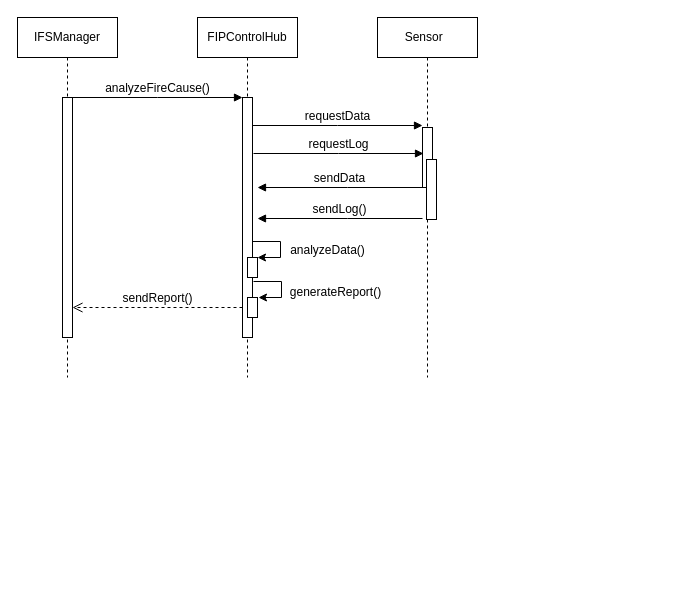
demosRun/INFO6030 keeps this draw.io diagram as ass2/未命名绘图.drawio. Above is the earlier version. Source tidied: cells renumbered, new cells numbered last; positions are measured from the earlier drawing's top-left corner, leaving out a move shared by most shapes. Both pictures are drawn from the tidied source at 100%, with x=0, y=0 at pixel (17, 17).
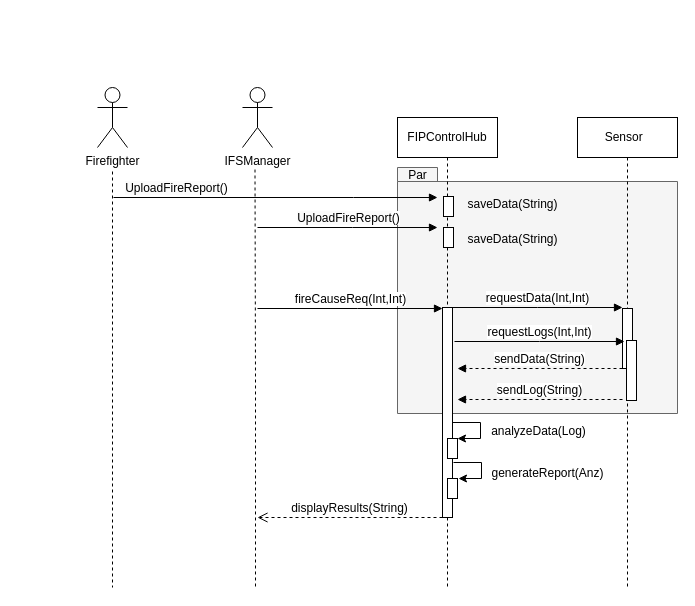
The same diagram, later.

Commit message:
未命名绘图.drawio

The edit, as a diff of the source:
```diff
@@
-    <mxCell id="2" value="IFSManager" style="shape=umlLifeline;perimeter=lifelinePerimeter;whiteSpace=wrap;html=1;newEdgeStyle={&quot;edgeStyle&quot;:&quot;elbowEdgeStyle&quot;,&quot;elbow&quot;:&quot;vertical&quot;,&quot;curved&quot;:0,&quot;rounded&quot;:0};" parent="1" vertex="1">
-      <mxGeometry width="100" height="360" as="geometry" />
-    </mxCell>
-    <mxCell id="3" style="html=1;points=[];perimeter=orthogonalPerimeter;outlineConnect=0;targetShapes=umlLifeline;portConstraint=eastwest;newEdgeStyle={&quot;edgeStyle&quot;:&quot;elbowEdgeStyle&quot;,&quot;elbow&quot;:&quot;vertical&quot;,&quot;curved&quot;:0,&quot;rounded&quot;:0};" parent="2" vertex="1">
-      <mxGeometry x="45" y="80" width="10" height="240" as="geometry" />
-    </mxCell>
+    <mxCell id="21" style="shape=folder;fontStyle=1;spacingTop=10;tabWidth=40;tabHeight=14;tabPosition=left;html=1;whiteSpace=wrap;fillColor=#f5f5f5;strokeColor=#666666;fontColor=#333333;" parent="1" vertex="1">
+      <mxGeometry x="380" y="150" width="280" height="246" as="geometry" />
+    </mxCell>
     <mxCell id="4" value="FIPControlHub " style="shape=umlLifeline;perimeter=lifelinePerimeter;whiteSpace=wrap;html=1;newEdgeStyle={&quot;edgeStyle&quot;:&quot;elbowEdgeStyle&quot;,&quot;elbow&quot;:&quot;vertical&quot;,&quot;curved&quot;:0,&quot;rounded&quot;:0};" parent="1" vertex="1">
-      <mxGeometry x="180" width="100" height="360" as="geometry" />
+      <mxGeometry x="380" y="100" width="100" height="470" as="geometry" />
     </mxCell>
     <mxCell id="5" style="edgeStyle=orthogonalEdgeStyle;rounded=0;jettySize=auto;html=1;elbow=vertical;" parent="4" edge="1" target="7">
       <mxGeometry relative="1" as="geometry">
-        <mxPoint x="55" y="224" as="sourcePoint" />
+        <mxPoint x="55" y="305" as="sourcePoint" />
         <Array as="points">
-          <mxPoint x="83" y="224" />
-          <mxPoint x="83" y="240" />
+          <mxPoint x="83" y="305" />
+          <mxPoint x="83" y="321" />
         </Array>
       </mxGeometry>
     </mxCell>
     <mxCell id="6" style="html=1;points=[];perimeter=orthogonalPerimeter;outlineConnect=0;targetShapes=umlLifeline;portConstraint=eastwest;newEdgeStyle={&quot;edgeStyle&quot;:&quot;elbowEdgeStyle&quot;,&quot;elbow&quot;:&quot;vertical&quot;,&quot;curved&quot;:0,&quot;rounded&quot;:0};" parent="4" vertex="1">
-      <mxGeometry x="45" y="80" width="10" height="240" as="geometry" />
+      <mxGeometry x="45" y="190" width="10" height="210" as="geometry" />
     </mxCell>
     <mxCell id="7" style="html=1;points=[];perimeter=orthogonalPerimeter;outlineConnect=0;targetShapes=umlLifeline;portConstraint=eastwest;newEdgeStyle={&quot;edgeStyle&quot;:&quot;elbowEdgeStyle&quot;,&quot;elbow&quot;:&quot;vertical&quot;,&quot;curved&quot;:0,&quot;rounded&quot;:0};" parent="4" vertex="1">
-      <mxGeometry x="50" y="240" width="10" height="20" as="geometry" />
+      <mxGeometry x="50" y="321" width="10" height="20" as="geometry" />
     </mxCell>
     <mxCell id="8" style="html=1;perimeter=orthogonalPerimeter;targetShapes=umlLifeline;newEdgeStyle={&quot;edgeStyle&quot;:&quot;elbowEdgeStyle&quot;,&quot;elbow&quot;:&quot;vertical&quot;,&quot;curved&quot;:0,&quot;rounded&quot;:0};" parent="4" vertex="1">
-      <mxGeometry x="50" y="280" width="10" height="20" as="geometry" />
+      <mxGeometry x="50" y="361" width="10" height="20" as="geometry" />
     </mxCell>
+    <mxCell id="22" style="html=1;perimeter=orthogonalPerimeter;targetShapes=umlLifeline;newEdgeStyle={&quot;edgeStyle&quot;:&quot;elbowEdgeStyle&quot;,&quot;elbow&quot;:&quot;vertical&quot;,&quot;curved&quot;:0,&quot;rounded&quot;:0};" parent="4" vertex="1">
+      <mxGeometry x="46" y="79" width="10" height="20" as="geometry" />
+    </mxCell>
+    <mxCell id="23" style="html=1;perimeter=orthogonalPerimeter;targetShapes=umlLifeline;newEdgeStyle={&quot;edgeStyle&quot;:&quot;elbowEdgeStyle&quot;,&quot;elbow&quot;:&quot;vertical&quot;,&quot;curved&quot;:0,&quot;rounded&quot;:0};" parent="4" vertex="1">
+      <mxGeometry x="46" y="110" width="10" height="20" as="geometry" />
+    </mxCell>
-    <mxCell id="9" value="&lt;font style=&quot;font-size: 12px;&quot;&gt;analyzeFireCause()&lt;/font&gt;" style="html=1;verticalAlign=bottom;endArrow=block;edgeStyle=elbowEdgeStyle;elbow=vertical;curved=0;rounded=0;" parent="1" edge="1" source="3" target="6">
+    <mxCell id="9" value="&lt;font style=&quot;font-size: 12px;&quot;&gt;fireCauseReq(Int,Int)&lt;/font&gt;" style="html=1;verticalAlign=bottom;endArrow=block;edgeStyle=elbowEdgeStyle;elbow=vertical;curved=0;rounded=0;" parent="1" edge="1">
       <mxGeometry relative="1" as="geometry">
+        <mxPoint x="240" y="291" as="sourcePoint" />
+        <mxPoint x="425" y="291" as="targetPoint" />
         <Array as="points">
-          <mxPoint x="140" y="80" />
+          <mxPoint x="340" y="291" />
         </Array>
       </mxGeometry>
     </mxCell>
-    <mxCell id="10" value="&lt;font style=&quot;font-size: 12px;&quot;&gt;sendReport()&lt;/font&gt;" style="html=1;verticalAlign=bottom;endArrow=open;dashed=1;endSize=8;edgeStyle=elbowEdgeStyle;elbow=horizontal;curved=0;rounded=0;" parent="1" edge="1">
+    <mxCell id="10" value="&lt;font style=&quot;font-size: 12px;&quot;&gt;displayResults(String)&lt;/font&gt;" style="html=1;verticalAlign=bottom;endArrow=open;dashed=1;endSize=8;edgeStyle=elbowEdgeStyle;elbow=vertical;curved=0;rounded=0;" parent="1" edge="1">
       <mxGeometry relative="1" as="geometry">
-        <mxPoint x="225" y="290" as="sourcePoint" />
-        <mxPoint x="55" y="290" as="targetPoint" />
+        <mxPoint x="425" y="500" as="sourcePoint" />
+        <mxPoint x="240" y="500" as="targetPoint" />
         <Array as="points">
-          <mxPoint x="150" y="290" />
+          <mxPoint x="350" y="500" />
         </Array>
       </mxGeometry>
     </mxCell>
     <mxCell id="11" value="Sensor&amp;nbsp;&amp;nbsp;" style="shape=umlLifeline;perimeter=lifelinePerimeter;whiteSpace=wrap;html=1;newEdgeStyle={&quot;edgeStyle&quot;:&quot;elbowEdgeStyle&quot;,&quot;elbow&quot;:&quot;vertical&quot;,&quot;curved&quot;:0,&quot;rounded&quot;:0};" parent="1" vertex="1">
-      <mxGeometry x="360" width="100" height="360" as="geometry" />
+      <mxGeometry x="560" y="100" width="100" height="470" as="geometry" />
     </mxCell>
     <mxCell id="12" style="html=1;perimeter=orthogonalPerimeter;targetShapes=umlLifeline;newEdgeStyle={&quot;edgeStyle&quot;:&quot;elbowEdgeStyle&quot;,&quot;elbow&quot;:&quot;vertical&quot;,&quot;curved&quot;:0,&quot;rounded&quot;:0};" parent="11" vertex="1">
-      <mxGeometry x="45" y="110" width="10" height="60" as="geometry" />
+      <mxGeometry x="45" y="191" width="10" height="60" as="geometry" />
     </mxCell>
     <mxCell id="13" style="html=1;perimeter=orthogonalPerimeter;targetShapes=umlLifeline;newEdgeStyle={&quot;edgeStyle&quot;:&quot;elbowEdgeStyle&quot;,&quot;elbow&quot;:&quot;vertical&quot;,&quot;curved&quot;:0,&quot;rounded&quot;:0};" parent="11" vertex="1">
-      <mxGeometry x="49" y="142" width="10" height="60" as="geometry" />
+      <mxGeometry x="49" y="223" width="10" height="60" as="geometry" />
     </mxCell>
-    <mxCell id="14" value="&lt;font style=&quot;font-size: 12px;&quot;&gt;sendData&lt;/font&gt;" style="html=1;verticalAlign=bottom;endArrow=block;edgeStyle=elbowEdgeStyle;elbow=vertical;curved=0;rounded=0;" parent="1" edge="1">
+    <mxCell id="14" value="&lt;font style=&quot;font-size: 12px;&quot;&gt;sendData(String)&lt;/font&gt;" style="html=1;verticalAlign=bottom;endArrow=block;edgeStyle=elbowEdgeStyle;elbow=horizontal;curved=0;rounded=0;dashed=1;" parent="1" edge="1">
       <mxGeometry relative="1" as="geometry">
-        <mxPoint x="405" y="170" as="sourcePoint" />
-        <mxPoint x="240" y="170" as="targetPoint" />
+        <mxPoint x="605" y="351" as="sourcePoint" />
+        <mxPoint x="440" y="351" as="targetPoint" />
         <Array as="points">
-          <mxPoint x="330" y="170" />
+          <mxPoint x="530" y="351" />
         </Array>
       </mxGeometry>
     </mxCell>
-    <mxCell id="15" value="&lt;font style=&quot;font-size: 12px;&quot;&gt;requestData&lt;/font&gt;" style="html=1;verticalAlign=bottom;endArrow=block;edgeStyle=elbowEdgeStyle;elbow=vertical;curved=0;rounded=0;" parent="1" edge="1">
+    <mxCell id="15" value="&lt;font style=&quot;font-size: 12px;&quot;&gt;requestData(Int,Int)&lt;/font&gt;" style="html=1;verticalAlign=bottom;endArrow=block;edgeStyle=elbowEdgeStyle;elbow=vertical;curved=0;rounded=0;" parent="1" edge="1">
       <mxGeometry relative="1" as="geometry">
-        <mxPoint x="235" y="108" as="sourcePoint" />
-        <mxPoint x="405" y="108" as="targetPoint" />
+        <mxPoint x="435" y="290" as="sourcePoint" />
+        <mxPoint x="605" y="290" as="targetPoint" />
         <Array as="points">
-          <mxPoint x="320" y="108" />
+          <mxPoint x="520" y="290" />
         </Array>
       </mxGeometry>
     </mxCell>
-    <mxCell id="16" value="&lt;font style=&quot;font-size: 12px;&quot;&gt;requestLog&lt;/font&gt;" style="html=1;verticalAlign=bottom;endArrow=block;edgeStyle=elbowEdgeStyle;elbow=vertical;curved=0;rounded=0;" parent="1" edge="1">
-      <mxGeometry relative="1" as="geometry">
-        <mxPoint x="236" y="136" as="sourcePoint" />
-        <mxPoint x="406" y="136" as="targetPoint" />
-        <Array as="points">
-          <mxPoint x="321" y="136" />
-        </Array>
-      </mxGeometry>
-    </mxCell>
-    <mxCell id="17" value="&lt;font style=&quot;font-size: 12px;&quot;&gt;sendLog()&lt;/font&gt;" style="html=1;verticalAlign=bottom;endArrow=block;edgeStyle=elbowEdgeStyle;elbow=vertical;curved=0;rounded=0;" parent="1" edge="1">
+    <mxCell id="17" value="&lt;font style=&quot;font-size: 12px;&quot;&gt;sendLog(String)&lt;/font&gt;" style="html=1;verticalAlign=bottom;endArrow=block;edgeStyle=elbowEdgeStyle;elbow=vertical;curved=0;rounded=0;dashed=1;" parent="1" edge="1">
       <mxGeometry relative="1" as="geometry">
-        <mxPoint x="405" y="201" as="sourcePoint" />
-        <mxPoint x="240" y="201" as="targetPoint" />
+        <mxPoint x="605" y="382" as="sourcePoint" />
+        <mxPoint x="440" y="382" as="targetPoint" />
         <Array as="points">
-          <mxPoint x="330" y="201" />
+          <mxPoint x="530" y="382" />
         </Array>
       </mxGeometry>
     </mxCell>
-    <mxCell id="18" value="analyzeData()" style="text;html=1;align=center;verticalAlign=middle;strokeColor=none;fillColor=none;" parent="1" vertex="1">
-      <mxGeometry x="260" y="218" width="100" height="30" as="geometry" />
+    <mxCell id="18" value="analyzeData(Log)" style="text;html=1;align=center;verticalAlign=middle;strokeColor=none;fillColor=none;" parent="1" vertex="1">
+      <mxGeometry x="461" y="399" width="120" height="30" as="geometry" />
     </mxCell>
     <mxCell id="19" style="edgeStyle=orthogonalEdgeStyle;rounded=0;orthogonalLoop=1;jettySize=auto;html=1;elbow=vertical;" parent="1" edge="1">
       <mxGeometry relative="1" as="geometry">
-        <mxPoint x="236" y="264" as="sourcePoint" />
-        <mxPoint x="241" y="280" as="targetPoint" />
+        <mxPoint x="436" y="445" as="sourcePoint" />
+        <mxPoint x="441" y="461" as="targetPoint" />
         <Array as="points">
-          <mxPoint x="264" y="264" />
-          <mxPoint x="264" y="280" />
+          <mxPoint x="464" y="445" />
+          <mxPoint x="464" y="461" />
         </Array>
       </mxGeometry>
     </mxCell>
-    <mxCell id="20" value="generateReport()" style="text;html=1;align=center;verticalAlign=middle;strokeColor=none;fillColor=none;" parent="1" vertex="1">
-      <mxGeometry x="263" y="260" width="110" height="30" as="geometry" />
+    <mxCell id="20" value="&lt;span style=&quot;padding: 0px; margin: 0px;&quot;&gt;generateReport&lt;/span&gt;&lt;span style=&quot;text-align: left;&quot;&gt;(Anz)&lt;/span&gt;" style="text;html=1;align=center;verticalAlign=middle;strokeColor=none;fillColor=none;" parent="1" vertex="1">
+      <mxGeometry x="460" y="441" width="140" height="30" as="geometry" />
     </mxCell>
+    <mxCell id="24" style="edgeStyle=orthogonalEdgeStyle;rounded=0;orthogonalLoop=1;jettySize=auto;html=1;dashed=1;endArrow=none;endFill=0;" parent="1" edge="1">
+      <mxGeometry relative="1" as="geometry">
+        <mxPoint x="95" y="154" as="sourcePoint" />
+        <mxPoint x="95" y="570" as="targetPoint" />
+      </mxGeometry>
+    </mxCell>
+    <mxCell id="25" value="Firefighter" style="shape=umlActor;verticalLabelPosition=bottom;verticalAlign=top;html=1;" parent="1" vertex="1">
+      <mxGeometry x="80" y="70" width="30" height="60" as="geometry" />
+    </mxCell>
+    <mxCell id="2" value="&lt;span style=&quot;text-wrap: wrap;&quot;&gt;IFSManager&lt;/span&gt;" style="shape=umlActor;verticalLabelPosition=bottom;verticalAlign=top;html=1;" parent="1" vertex="1">
+      <mxGeometry x="225" y="70" width="30" height="60" as="geometry" />
+    </mxCell>
+    <mxCell id="26" style="edgeStyle=orthogonalEdgeStyle;rounded=0;orthogonalLoop=1;jettySize=auto;html=1;dashed=1;endArrow=none;endFill=0;" parent="1" edge="1">
+      <mxGeometry relative="1" as="geometry">
+        <mxPoint x="237.5" y="152" as="sourcePoint" />
+        <mxPoint x="238" y="570" as="targetPoint" />
+      </mxGeometry>
+    </mxCell>
+    <mxCell id="27" value="&lt;font style=&quot;font-size: 12px;&quot;&gt;&lt;span style=&quot;text-align: left; background-color: rgb(251, 251, 251);&quot;&gt;UploadFireReport&lt;/span&gt;()&lt;/font&gt;" style="html=1;verticalAlign=bottom;endArrow=block;edgeStyle=elbowEdgeStyle;elbow=vertical;curved=0;rounded=0;" parent="1" edge="1">
+      <mxGeometry x="-0.61" relative="1" as="geometry">
+        <mxPoint x="96" y="180" as="sourcePoint" />
+        <mxPoint x="420" y="180" as="targetPoint" />
+        <Array as="points">
+          <mxPoint x="336" y="180" />
+        </Array>
+      </mxGeometry>
+    </mxCell>
+    <mxCell id="28" value="saveData(String)" style="text;html=1;align=center;verticalAlign=middle;strokeColor=none;fillColor=none;" parent="1" vertex="1">
+      <mxGeometry x="440" y="172" width="110" height="30" as="geometry" />
+    </mxCell>
+    <mxCell id="29" value="&lt;font style=&quot;font-size: 12px;&quot;&gt;&lt;span style=&quot;text-align: left; background-color: rgb(251, 251, 251);&quot;&gt;UploadFireReport&lt;/span&gt;()&lt;/font&gt;" style="html=1;verticalAlign=bottom;endArrow=block;edgeStyle=elbowEdgeStyle;elbow=vertical;curved=0;rounded=0;" parent="1" edge="1">
+      <mxGeometry x="0.01" relative="1" as="geometry">
+        <mxPoint x="240" y="210" as="sourcePoint" />
+        <mxPoint x="420" y="210" as="targetPoint" />
+        <Array as="points">
+          <mxPoint x="335" y="210" />
+        </Array>
+      </mxGeometry>
+    </mxCell>
+    <mxCell id="30" value="saveData(String)" style="text;html=1;align=center;verticalAlign=middle;strokeColor=none;fillColor=none;" parent="1" vertex="1">
+      <mxGeometry x="440" y="207" width="110" height="30" as="geometry" />
+    </mxCell>
+    <mxCell id="31" value="Par" style="text;html=1;align=center;verticalAlign=middle;strokeColor=none;fillColor=none;" parent="1" vertex="1">
+      <mxGeometry x="380" y="143" width="40" height="30" as="geometry" />
+    </mxCell>
+    <mxCell id="32" value="&lt;font style=&quot;font-size: 12px;&quot;&gt;requestLogs(Int,Int)&lt;/font&gt;" style="html=1;verticalAlign=bottom;endArrow=block;edgeStyle=elbowEdgeStyle;elbow=vertical;curved=0;rounded=0;" parent="1" edge="1">
+      <mxGeometry relative="1" as="geometry">
+        <mxPoint x="437" y="324" as="sourcePoint" />
+        <mxPoint x="607" y="324" as="targetPoint" />
+        <Array as="points">
+          <mxPoint x="522" y="324" />
+        </Array>
+      </mxGeometry>
+    </mxCell>
```
